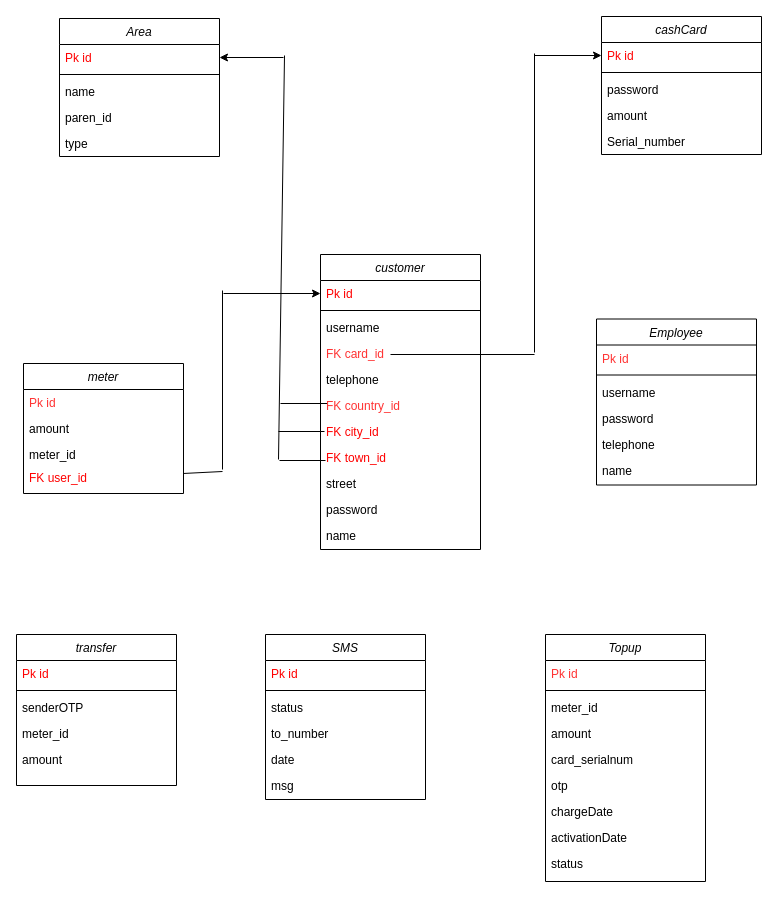
Earlier version of the draw.io diagram Untitled Diagram (1).drawio (shamaabuhassan/Charts). Source tidied: cells renumbered, new cells numbered last; positions are measured from the earlier drawing's top-left corner, leaving out a move shared by most shapes. Both pictures are drawn from the tidied source at 100%, with x=0, y=0 at pixel (16, 16).
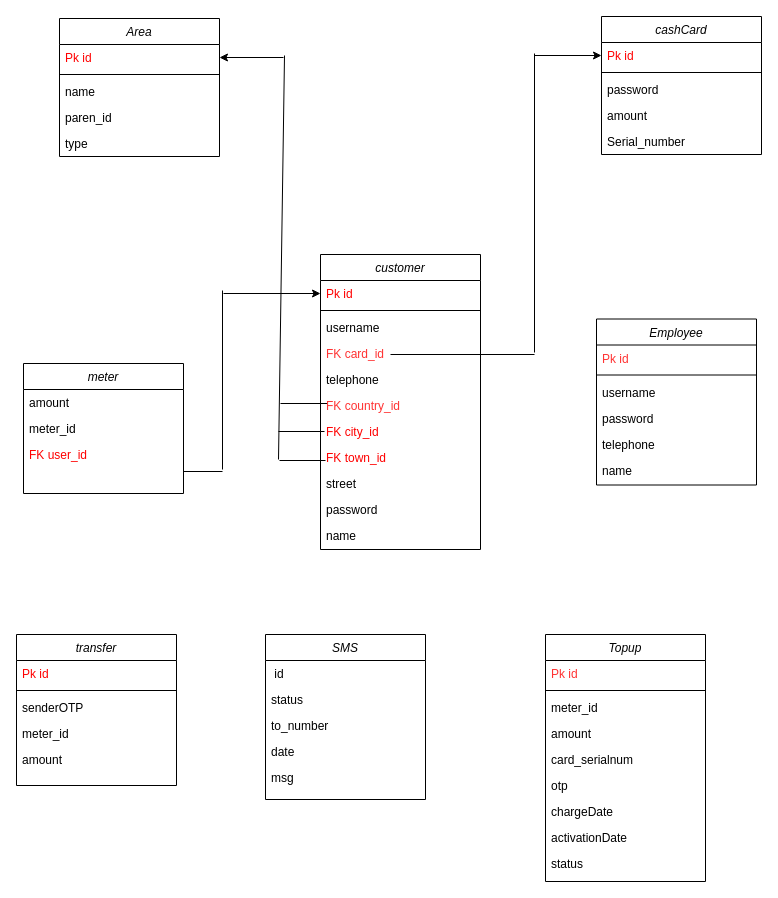
After the change.

Unchanged cells that the change refers to:
```xml
<mxCell id="8" value="SMS" style="swimlane;fontStyle=2;align=center;verticalAlign=top;horizontal=1;startSize=26;rounded=0;shadow=0;strokeWidth=1;" parent="1" vertex="1">
  <mxGeometry x="249" y="618" width="160" height="165" as="geometry" />
</mxCell>
<mxCell id="25" value="meter" style="swimlane;fontStyle=2;align=center;verticalAlign=top;horizontal=1;startSize=26;rounded=0;shadow=0;strokeWidth=1;" parent="1" vertex="1">
  <mxGeometry x="7" y="347" width="160" height="130" as="geometry" />
</mxCell>
```

What changed in the source:
```diff
@@
-    <mxCell id="9" value="Pk id" style="text;align=left;verticalAlign=top;spacingLeft=4;spacingRight=4;overflow=hidden;fontColor=#FF0000;" parent="8" vertex="1">
+    <mxCell id="9" value=" id" style="text;align=left;verticalAlign=top;spacingLeft=4;spacingRight=4;overflow=hidden;" parent="8" vertex="1">
       <mxGeometry y="26" width="160" height="26" as="geometry" />
     </mxCell>
-    <mxCell id="10" style="line;html=1;strokeWidth=1;align=left;verticalAlign=middle;spacingTop=-1;spacingLeft=3;spacingRight=3;labelPosition=right;" parent="8" vertex="1">
-      <mxGeometry y="52" width="160" height="8" as="geometry" />
-    </mxCell>
     <mxCell id="11" value="status" style="text;align=left;verticalAlign=top;spacingLeft=4;spacingRight=4;overflow=hidden;rounded=0;shadow=0;html=0;" parent="8" vertex="1">
-      <mxGeometry y="60" width="160" height="26" as="geometry" />
+      <mxGeometry y="52" width="160" height="26" as="geometry" />
     </mxCell>
     <mxCell id="12" value="to_number" style="text;align=left;verticalAlign=top;spacingLeft=4;spacingRight=4;overflow=hidden;rounded=0;shadow=0;html=0;" parent="8" vertex="1">
-      <mxGeometry y="86" width="160" height="26" as="geometry" />
+      <mxGeometry y="78" width="160" height="26" as="geometry" />
     </mxCell>
     <mxCell id="13" value="date" style="text;align=left;verticalAlign=top;spacingLeft=4;spacingRight=4;overflow=hidden;" parent="8" vertex="1">
-      <mxGeometry y="112" width="160" height="26" as="geometry" />
+      <mxGeometry y="104" width="160" height="26" as="geometry" />
     </mxCell>
     <mxCell id="14" value="msg" style="text;align=left;verticalAlign=top;spacingLeft=4;spacingRight=4;overflow=hidden;" parent="8" vertex="1">
-      <mxGeometry y="138" width="160" height="26" as="geometry" />
+      <mxGeometry y="130" width="160" height="26" as="geometry" />
     </mxCell>
@@
-    <mxCell id="26" value="Pk id" style="text;align=left;verticalAlign=top;spacingLeft=4;spacingRight=4;overflow=hidden;fontColor=#FF3333;" parent="25" vertex="1">
-      <mxGeometry y="26" width="160" height="26" as="geometry" />
-    </mxCell>
@@
     <mxCell id="28" value="amount" style="text;align=left;verticalAlign=top;spacingLeft=4;spacingRight=4;overflow=hidden;rounded=0;shadow=0;html=0;" parent="25" vertex="1">
-      <mxGeometry y="52" width="160" height="26" as="geometry" />
+      <mxGeometry y="26" width="160" height="26" as="geometry" />
     </mxCell>
     <mxCell id="29" value="meter_id" style="text;align=left;verticalAlign=top;spacingLeft=4;spacingRight=4;overflow=hidden;rounded=0;shadow=0;html=0;" parent="25" vertex="1">
-      <mxGeometry y="78" width="160" height="26" as="geometry" />
+      <mxGeometry y="52" width="160" height="26" as="geometry" />
     </mxCell>
+    <mxCell id="62" value="FK user_id" style="text;align=left;verticalAlign=top;spacingLeft=4;spacingRight=4;overflow=hidden;points=[[0,0.5],[1,0.5]];portConstraint=eastwest;fontColor=#FF0000;" parent="25" vertex="1">
+      <mxGeometry y="78" width="160" height="26" as="geometry" />
+    </mxCell>
@@
-    <mxCell id="62" value="FK user_id" style="text;align=left;verticalAlign=top;spacingLeft=4;spacingRight=4;overflow=hidden;points=[[0,0.5],[1,0.5]];portConstraint=eastwest;fontColor=#FF0000;" parent="1" vertex="1">
-      <mxGeometry x="7" y="448" width="160" height="26" as="geometry" />
-    </mxCell>
@@
-    <mxCell id="69" style="endArrow=none;html=1;fontColor=#FF0000;" parent="1" edge="1" source="62">
+    <mxCell id="69" style="endArrow=none;html=1;fontColor=#FF0000;" parent="1" edge="1">
       <mxGeometry relative="1" as="geometry">
+        <mxPoint x="167" y="455" as="sourcePoint" />
         <mxPoint x="206" y="455" as="targetPoint" />
       </mxGeometry>
     </mxCell>
```
